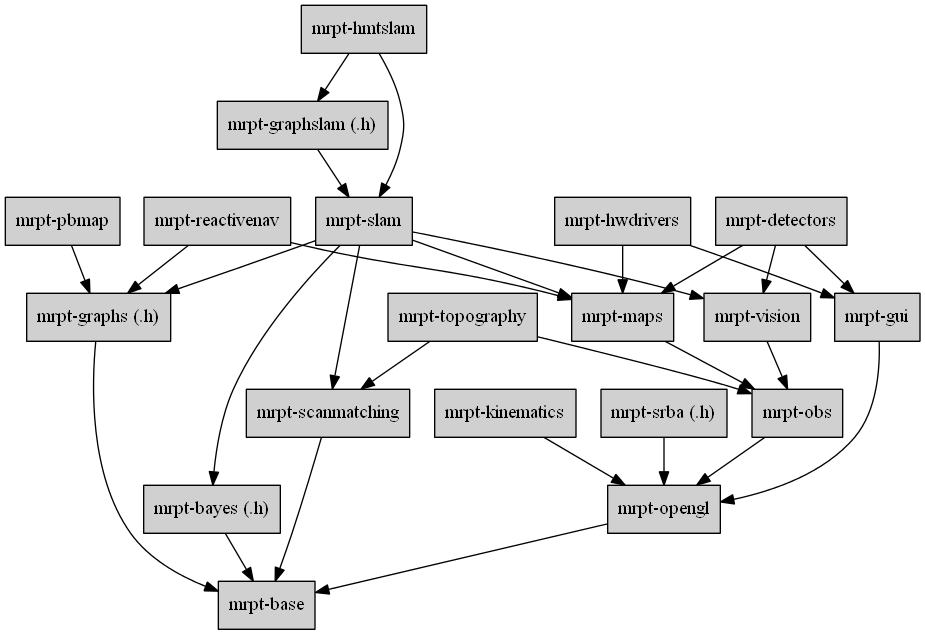
Before: doc/design_of_images/graph_mrpt_libs.png, a diagram exported from Graphviz (MRPT/mrpt). Its source is kept beside it as doc/design_of_images/graph_mrpt_libs.dot. Source of this version:
```dot
digraph MRPT_LIBS {

	node [shape=box,style=filled, fillcolor="#D0D0D0"];

	base 		[label="mrpt-base",URL="group__mrpt__base__grp.html"];
	graphs		[label="mrpt-graphs (.h)",URL="group__mrpt__graphs__grp.html"];
	bayes 		[label="mrpt-bayes (.h)",URL="group__mrpt__bayes__grp.html"];
	opengl 		[label="mrpt-opengl", URL="group__mrpt__opengl__grp.html"];
	gui 		[label="mrpt-gui",URL="group__mrpt__gui__grp.html"];
	obs 		[label="mrpt-obs",URL="group__mrpt__obs__grp.html"];
	hwdrivers 	[label="mrpt-hwdrivers",URL="group__mrpt__hwdrivers__grp.html"];
	topography 	[label="mrpt-topography",URL="group__mrpt__topography__grp.html"];
	maps 		[label="mrpt-maps",URL="group__mrpt__maps__grp.html"];
	vision 		[label="mrpt-vision",URL="group__mrpt__vision__grp.html"];
	scanmatching 		[label="mrpt-scanmatching",URL="group__mrpt__scanmatching__grp.html"];

	slam 		[label="mrpt-slam",URL="group__mrpt__slam__grp.html"];
	graphslam	[label="mrpt-graphslam (.h)",URL="group__mrpt__graphslam__grp.html"];

	hmtslam		[label="mrpt-hmtslam",URL="group__mrpt__hmtslam__grp.html"];
	reactivenav	[label="mrpt-reactivenav",URL="group__mrpt__reactivenav__grp.html"];

	detectors	[label="mrpt-detectors",URL="group__mrpt__detectors__grp.html"];

	kinematics	[label="mrpt-kinematics",URL="group__mrpt__kinematics__grp.html"];

	srba	[label="mrpt-srba (.h)",URL="group__mrpt__srba__grp.html"];

	pbmap    [label="mrpt-pbmap",URL="group__mrpt__pbmap__grp.html"];


	srba -> opengl;

	pbmap -> graphs;

	kinematics  -> opengl;

	graphs -> base;
	scanmatching -> base;

	bayes -> base;

	opengl -> base;

	obs -> opengl;

	gui -> opengl;

	hwdrivers -> gui;
	hwdrivers -> maps;

	topography -> obs;
	topography -> scanmatching;

	vision -> obs;

	maps -> obs;

	slam -> maps;
	slam -> vision;
	slam -> scanmatching;
	slam -> bayes;
	slam -> graphs;

	graphslam -> slam;

	detectors -> vision;
	detectors -> maps;
	detectors -> gui;

	hmtslam -> slam;
	hmtslam -> graphslam;


	reactivenav -> maps;
	reactivenav -> graphs;
}
```
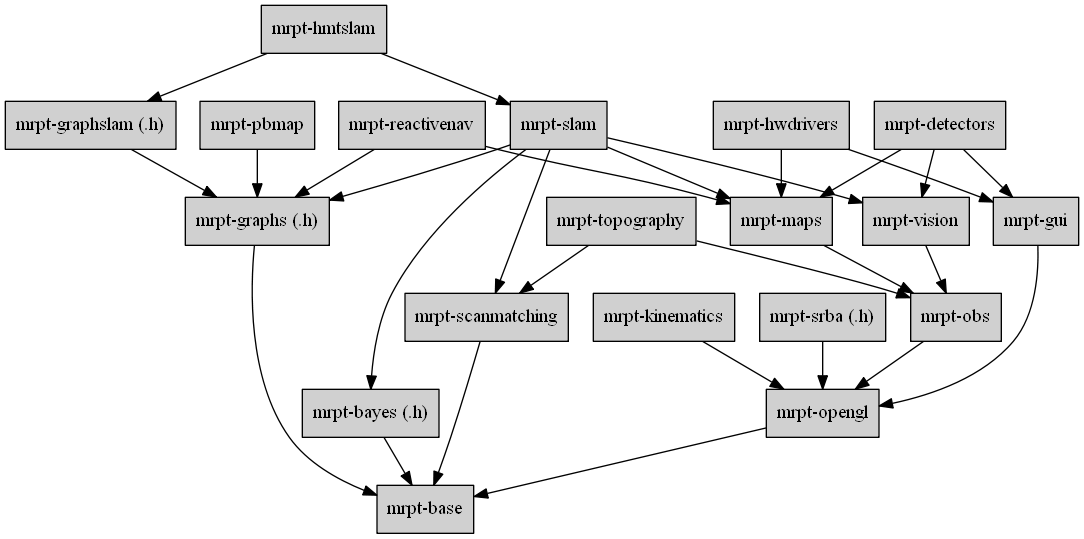
The same diagram one commit later.

Commit message:
mrpt-graphs: Reduction of unneeded dependencies

The edit, as a diff of the source:
```diff
@@ -62,7 +62,7 @@
 	slam -> bayes;
 	slam -> graphs;
 
-	graphslam -> slam;
+	graphslam -> graphs;
 
 	detectors -> vision;
 	detectors -> maps;
```
